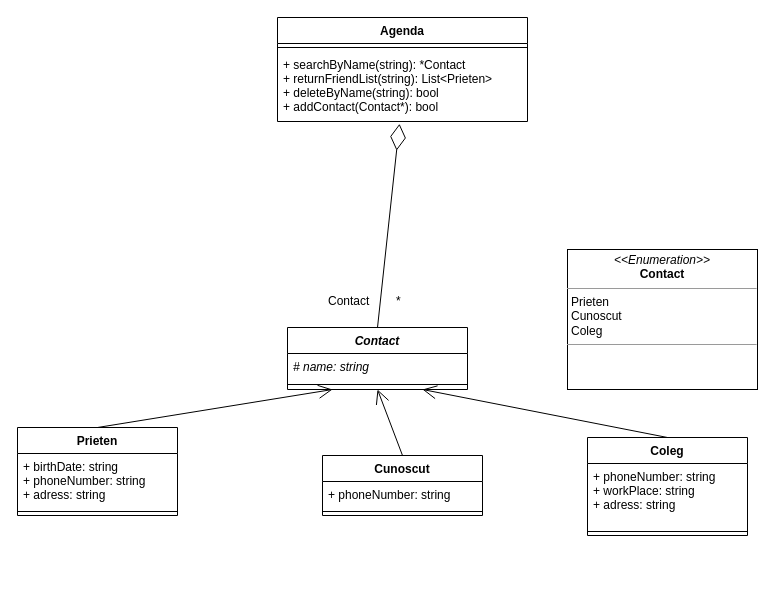
This is Untitled Diagram.drawio from LucianChiriac/UAIC-LaboratorOOP, a draw.io file, before an edit. Source tidied: cells renumbered, new cells numbered last; positions are measured from the earlier drawing's top-left corner, leaving out a move shared by most shapes. Both pictures are drawn from the tidied source at 100%, with x=0, y=0 at pixel (17, 17).
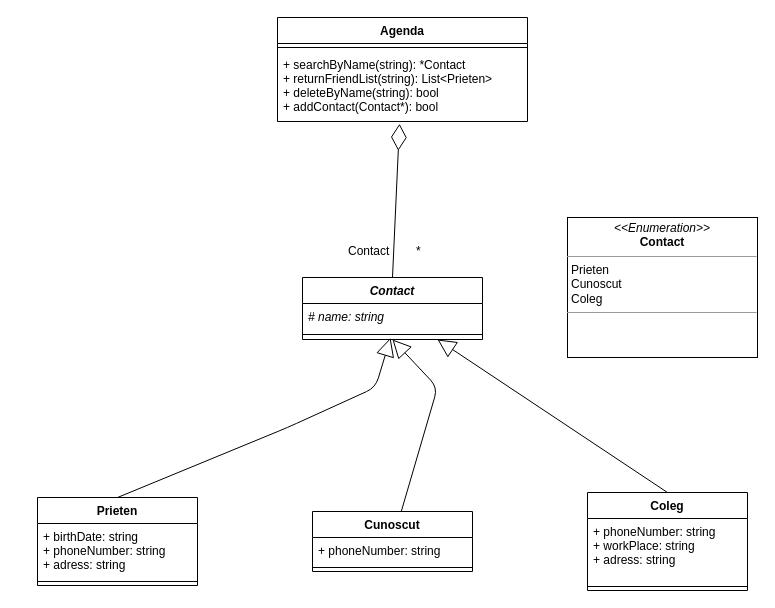
The same diagram, later.

The change refers to these unchanged cells:
```xml
<mxCell id="4" style="line;strokeWidth=1;fillColor=none;align=left;verticalAlign=middle;spacingTop=-1;spacingLeft=3;spacingRight=3;labelPosition=right;points=[];portConstraint=eastwest;" parent="2" vertex="1">
  <mxGeometry y="52" width="180" height="10" as="geometry" />
</mxCell>
```

What changed in the source:
```diff
@@
     <mxCell id="2" value="Contact" style="swimlane;fontStyle=3;align=center;verticalAlign=top;horizontal=1;startSize=26;" parent="1" vertex="1">
-      <mxGeometry x="270" y="310" width="180" height="62" as="geometry" />
+      <mxGeometry x="285" y="260" width="180" height="62" as="geometry" />
     </mxCell>
@@
     <mxCell id="5" value="Prieten" style="swimlane;fontStyle=1;align=center;verticalAlign=top;horizontal=1;startSize=26;" parent="1" vertex="1">
-      <mxGeometry y="410" width="160" height="88" as="geometry" />
+      <mxGeometry x="20" y="480" width="160" height="88" as="geometry" />
     </mxCell>
@@
-    <mxCell id="8" style="endArrow=open;endFill=1;endSize=12;html=1;exitX=0.5;exitY=0;exitDx=0;exitDy=0;entryX=0.25;entryY=1;entryDx=0;entryDy=0;" parent="1" edge="1" source="5" target="2">
-      <mxGeometry relative="1" as="geometry" />
-    </mxCell>
     <mxCell id="9" value="Cunoscut" style="swimlane;fontStyle=1;align=center;verticalAlign=top;horizontal=1;startSize=26;" parent="1" vertex="1">
-      <mxGeometry x="305" y="438" width="160" height="60" as="geometry" />
+      <mxGeometry x="295" y="494" width="160" height="60" as="geometry" />
     </mxCell>
@@
-    <mxCell id="12" style="endArrow=open;endFill=1;endSize=12;html=1;exitX=0.5;exitY=0;exitDx=0;exitDy=0;entryX=0.5;entryY=1;entryDx=0;entryDy=0;" parent="1" edge="1" source="9" target="2">
-      <mxGeometry relative="1" as="geometry" />
-    </mxCell>
     <mxCell id="13" value="Coleg" style="swimlane;fontStyle=1;align=center;verticalAlign=top;horizontal=1;startSize=26;" parent="1" vertex="1">
-      <mxGeometry x="570" y="420" width="160" height="98" as="geometry" />
+      <mxGeometry x="570" y="475" width="160" height="98" as="geometry" />
     </mxCell>
@@
-    <mxCell id="16" style="endArrow=open;endFill=1;endSize=12;html=1;exitX=0.5;exitY=0;exitDx=0;exitDy=0;entryX=0.75;entryY=1;entryDx=0;entryDy=0;" parent="1" edge="1" source="13" target="2">
-      <mxGeometry relative="1" as="geometry" />
-    </mxCell>
@@
     <mxCell id="21" value="Contact        *" style="text;strokeColor=none;fillColor=none;align=left;verticalAlign=top;spacingLeft=4;spacingRight=4;overflow=hidden;" parent="1" vertex="1">
-      <mxGeometry x="305" y="270" width="100" height="26" as="geometry" />
+      <mxGeometry x="325" y="220" width="100" height="26" as="geometry" />
     </mxCell>
     <mxCell id="22" value="&lt;p style=&quot;margin: 0px ; margin-top: 4px ; text-align: center&quot;&gt;&lt;i&gt;&amp;lt;&amp;lt;Enumeration&amp;gt;&amp;gt;&lt;/i&gt;&lt;br&gt;&lt;b&gt;Contact&lt;/b&gt;&lt;/p&gt;&lt;hr size=&quot;1&quot;&gt;&lt;p style=&quot;margin: 0px ; margin-left: 4px&quot;&gt;Prieten&lt;/p&gt;&lt;p style=&quot;margin: 0px ; margin-left: 4px&quot;&gt;Cunoscut&amp;nbsp;&lt;/p&gt;&lt;p style=&quot;margin: 0px ; margin-left: 4px&quot;&gt;Coleg&lt;/p&gt;&lt;hr size=&quot;1&quot;&gt;&lt;p style=&quot;margin: 0px ; margin-left: 4px&quot;&gt;&lt;br&gt;&lt;/p&gt;" style="verticalAlign=top;align=left;overflow=fill;fontSize=12;fontFamily=Helvetica;html=1;" parent="1" vertex="1">
-      <mxGeometry x="550" y="232" width="190" height="140" as="geometry" />
+      <mxGeometry x="550" y="200" width="190" height="140" as="geometry" />
     </mxCell>
+    <mxCell id="23" style="endArrow=block;endSize=16;endFill=0;html=1;exitX=0.5;exitY=0;exitDx=0;exitDy=0;entryX=0.489;entryY=0.833;entryDx=0;entryDy=0;entryPerimeter=0;" parent="1" edge="1" source="5" target="4">
+      <mxGeometry relative="1" as="geometry">
+        <Array as="points">
+          <mxPoint x="270" y="410" />
+          <mxPoint x="358" y="370" />
+        </Array>
+      </mxGeometry>
+    </mxCell>
+    <mxCell id="12" style="endArrow=block;endSize=16;endFill=0;html=1;entryX=0.5;entryY=1;entryDx=0;entryDy=0;" parent="1" edge="1" source="9" target="2">
+      <mxGeometry x="-0.01" y="-17" relative="1" as="geometry">
+        <Array as="points">
+          <mxPoint x="420" y="370" />
+        </Array>
+        <mxPoint y="2" as="offset" />
+      </mxGeometry>
+    </mxCell>
+    <mxCell id="16" value="&lt;br&gt;" style="endArrow=block;endSize=16;endFill=0;html=1;exitX=0.5;exitY=0;exitDx=0;exitDy=0;entryX=0.75;entryY=1;entryDx=0;entryDy=0;" parent="1" edge="1" source="13" target="2">
+      <mxGeometry relative="1" as="geometry" />
+    </mxCell>
```
